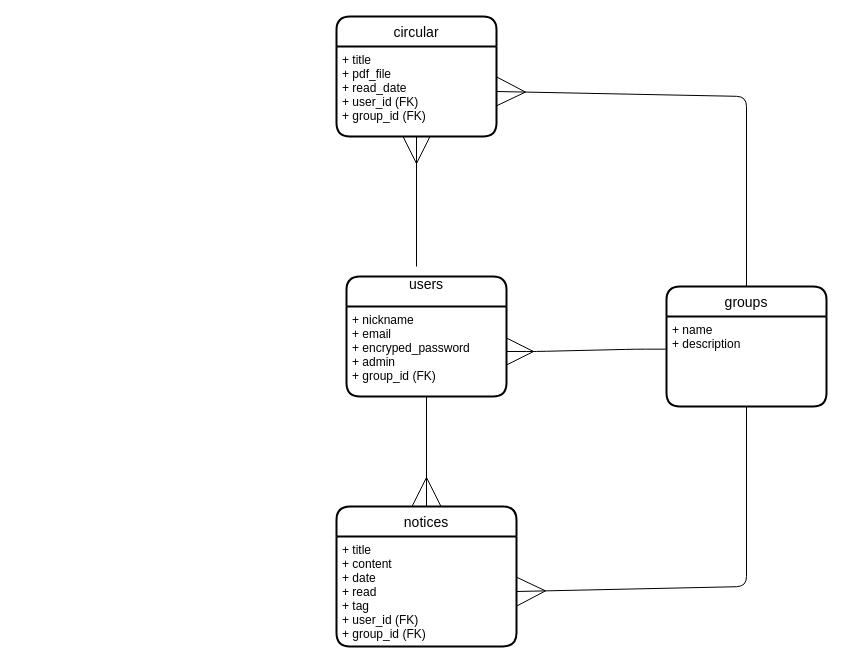
kimu805/townfo keeps this draw.io diagram as er.dio. Above is the earlier version. Source tidied: cells renumbered, new cells numbered last; positions are measured from the earlier drawing's top-left corner, leaving out a move shared by most shapes. Both pictures are drawn from the tidied source at 100%, with x=0, y=0 at pixel (336, 16).
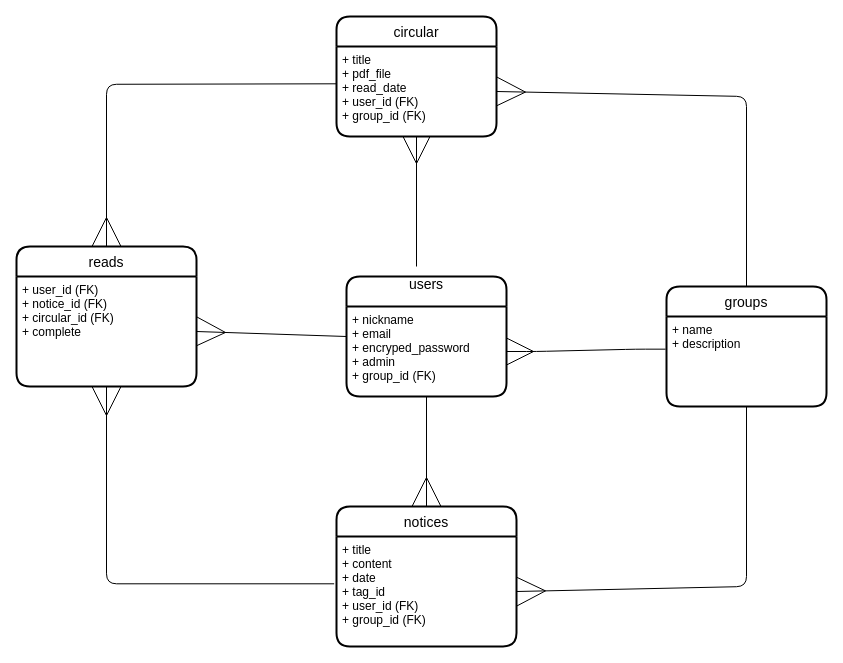
After the change.

The change refers to these unchanged cells:
```xml
<mxCell id="2" value="users&#10;" style="swimlane;horizontal=1;startSize=30;rounded=1;fontSize=14;fontStyle=0;strokeWidth=2;shadow=0;dashed=0;align=center;" parent="1" vertex="1">
  <mxGeometry x="10" y="260" width="160" height="120" as="geometry" />
</mxCell>
<mxCell id="6" value="notices" style="swimlane;horizontal=1;startSize=30;rounded=1;fontSize=14;fontStyle=0;strokeWidth=2;shadow=0;dashed=0;align=center;" parent="1" vertex="1">
  <mxGeometry y="490" width="180" height="140" as="geometry" />
</mxCell>
```

Diff of the diagram source:
```diff
@@
-    <mxCell id="7" value="+ title&#10;+ content&#10;+ date&#10;+ read&#10;+ tag&#10;+ user_id (FK)&#10;+ group_id (FK)" style="align=left;strokeColor=none;fillColor=none;spacingLeft=4;fontSize=12;verticalAlign=top;" parent="6" vertex="1">
+    <mxCell id="7" value="+ title&#10;+ content&#10;+ date&#10;+ tag_id&#10;+ user_id (FK)&#10;+ group_id (FK)" style="align=left;strokeColor=none;fillColor=none;spacingLeft=4;fontSize=12;verticalAlign=top;" parent="6" vertex="1">
       <mxGeometry y="30" width="180" height="110" as="geometry" />
     </mxCell>
@@
+    <mxCell id="15" value="reads" style="swimlane;horizontal=1;startSize=30;rounded=1;fontSize=14;fontStyle=0;strokeWidth=2;shadow=0;dashed=0;align=center;" parent="1" vertex="1">
+      <mxGeometry x="-320" y="230" width="180" height="140" as="geometry" />
+    </mxCell>
+    <mxCell id="16" value="+ user_id (FK)&#10;+ notice_id (FK)&#10;+ circular_id (FK)&#10;+ complete" style="align=left;strokeColor=none;fillColor=none;spacingLeft=4;fontSize=12;verticalAlign=top;" parent="15" vertex="1">
+      <mxGeometry y="30" width="180" height="110" as="geometry" />
+    </mxCell>
+    <mxCell id="17" style="fontSize=12;html=1;endArrow=ERmany;entryX=1;entryY=0.5;entryDx=0;entryDy=0;exitX=0;exitY=0.5;exitDx=0;exitDy=0;startSize=33;endSize=27;" parent="1" edge="1" source="2" target="16">
+      <mxGeometry relative="1" as="geometry" />
+    </mxCell>
+    <mxCell id="18" style="fontSize=12;html=1;endArrow=ERmany;entryX=0.5;entryY=1;entryDx=0;entryDy=0;exitX=-0.013;exitY=0.43;exitDx=0;exitDy=0;startSize=33;endSize=27;exitPerimeter=0;edgeStyle=orthogonalEdgeStyle;" parent="1" edge="1" source="7" target="16">
+      <mxGeometry relative="1" as="geometry" />
+    </mxCell>
+    <mxCell id="19" style="fontSize=12;html=1;endArrow=ERmany;entryX=0.5;entryY=0;entryDx=0;entryDy=0;exitX=-0.013;exitY=0.43;exitDx=0;exitDy=0;startSize=33;endSize=27;exitPerimeter=0;edgeStyle=orthogonalEdgeStyle;" parent="1" edge="1" target="15">
+      <mxGeometry relative="1" as="geometry">
+        <mxPoint y="67.3" as="sourcePoint" />
+      </mxGeometry>
+    </mxCell>
```
